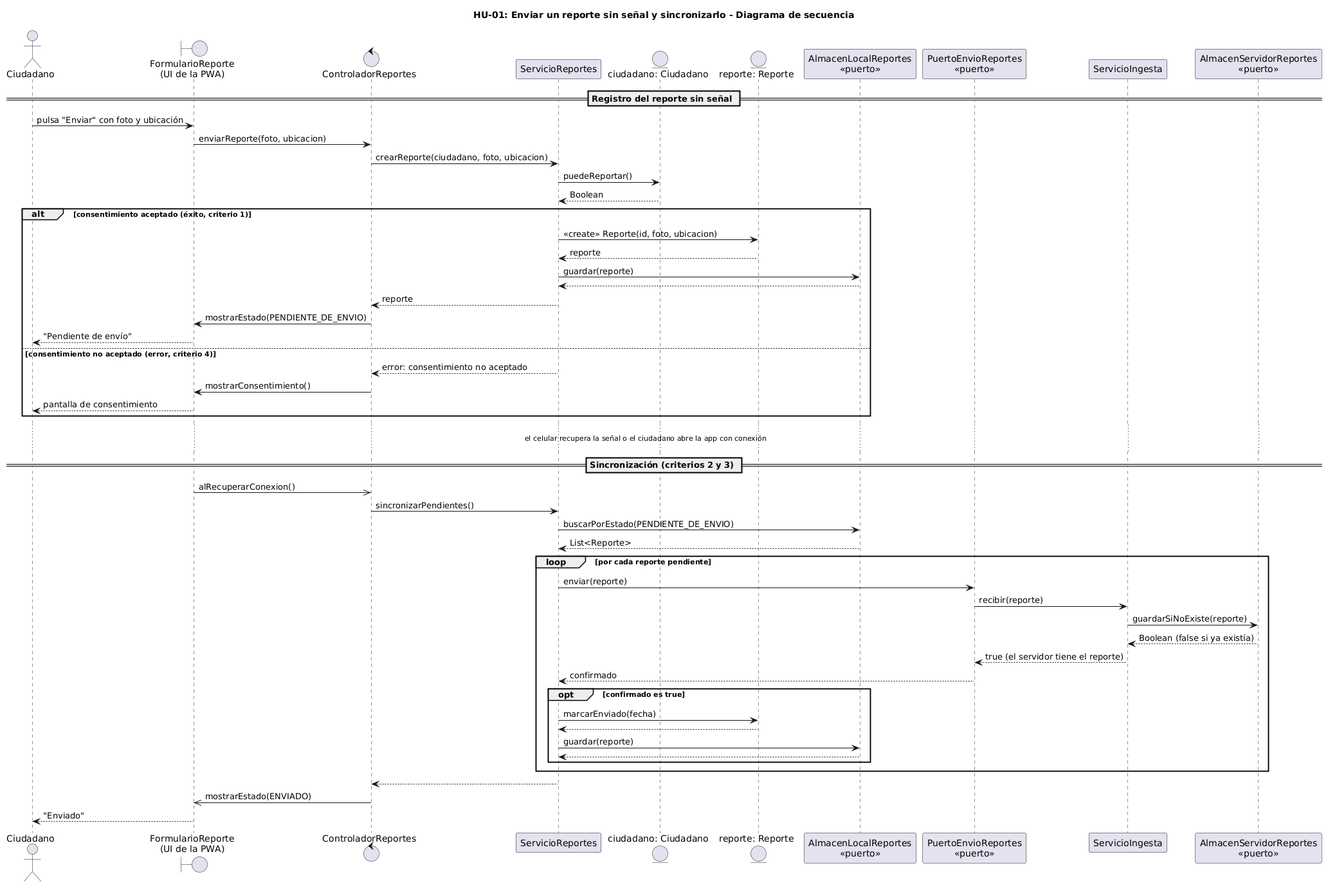
Before: docs/design/img/Secuencia-Reporte.png, a diagram exported from PlantUML (DavidOliva06/cs-2026b-lab04-grupo06).
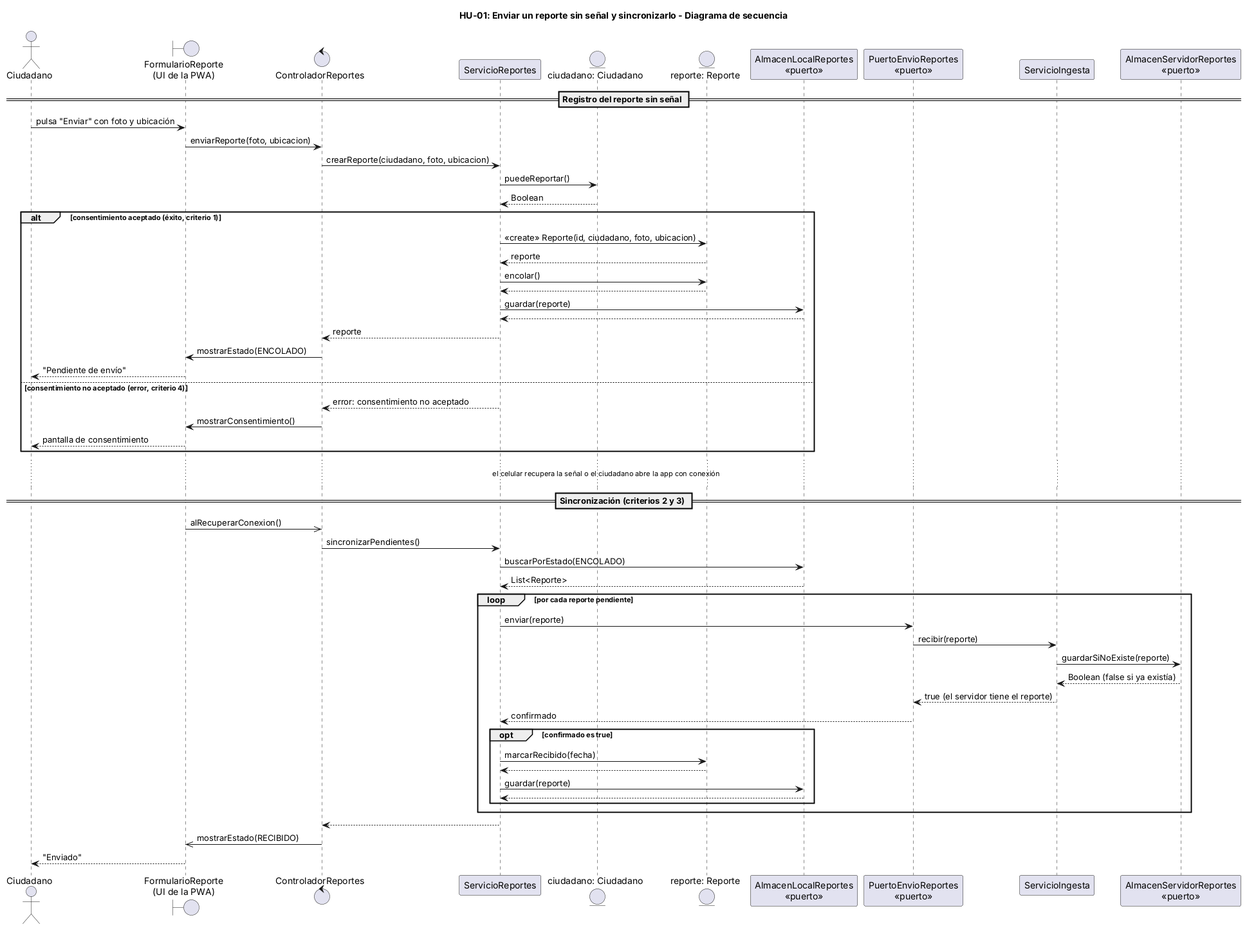
Later version of the same file.

What changed in the source:
```diff
@@ -1,5 +1,6 @@
 @startuml
 title HU-01: Enviar un reporte sin señal y sincronizarlo - Diagrama de secuencia
+
 
 actor "Ciudadano" as ACT
 boundary "FormularioReporte\n(UI de la PWA)" as UI
@@ -21,12 +22,14 @@
 CIU --> SVC: Boolean
 
 alt consentimiento aceptado (éxito, criterio 1)
-  SVC -> REP: <<create>> Reporte(id, foto, ubicacion)
+  SVC -> REP: <<create>> Reporte(id, ciudadano, foto, ubicacion)
   REP --> SVC: reporte
+  SVC -> REP: encolar()
+  REP --> SVC
   SVC -> LOCAL: guardar(reporte)
   LOCAL --> SVC
   SVC --> CTRL: reporte
-  CTRL -> UI: mostrarEstado(PENDIENTE_DE_ENVIO)
+  CTRL -> UI: mostrarEstado(ENCOLADO)
   UI --> ACT: "Pendiente de envío"
 else consentimiento no aceptado (error, criterio 4)
   SVC --> CTRL: error: consentimiento no aceptado
@@ -40,7 +43,7 @@
 
 UI ->> CTRL: alRecuperarConexion()
 CTRL -> SVC: sincronizarPendientes()
-SVC -> LOCAL: buscarPorEstado(PENDIENTE_DE_ENVIO)
+SVC -> LOCAL: buscarPorEstado(ENCOLADO)
 LOCAL --> SVC: List<Reporte>
 
 loop por cada reporte pendiente
@@ -52,7 +55,7 @@
   ENVIO --> SVC: confirmado
 
   opt confirmado es true
-    SVC -> REP: marcarEnviado(fecha)
+    SVC -> REP: marcarRecibido(fecha)
     REP --> SVC
     SVC -> LOCAL: guardar(reporte)
     LOCAL --> SVC
@@ -60,6 +63,6 @@
 end
 
 SVC --> CTRL
-CTRL ->> UI: mostrarEstado(ENVIADO)
+CTRL ->> UI: mostrarEstado(RECIBIDO)
 UI --> ACT: "Enviado"
 @enduml
```
